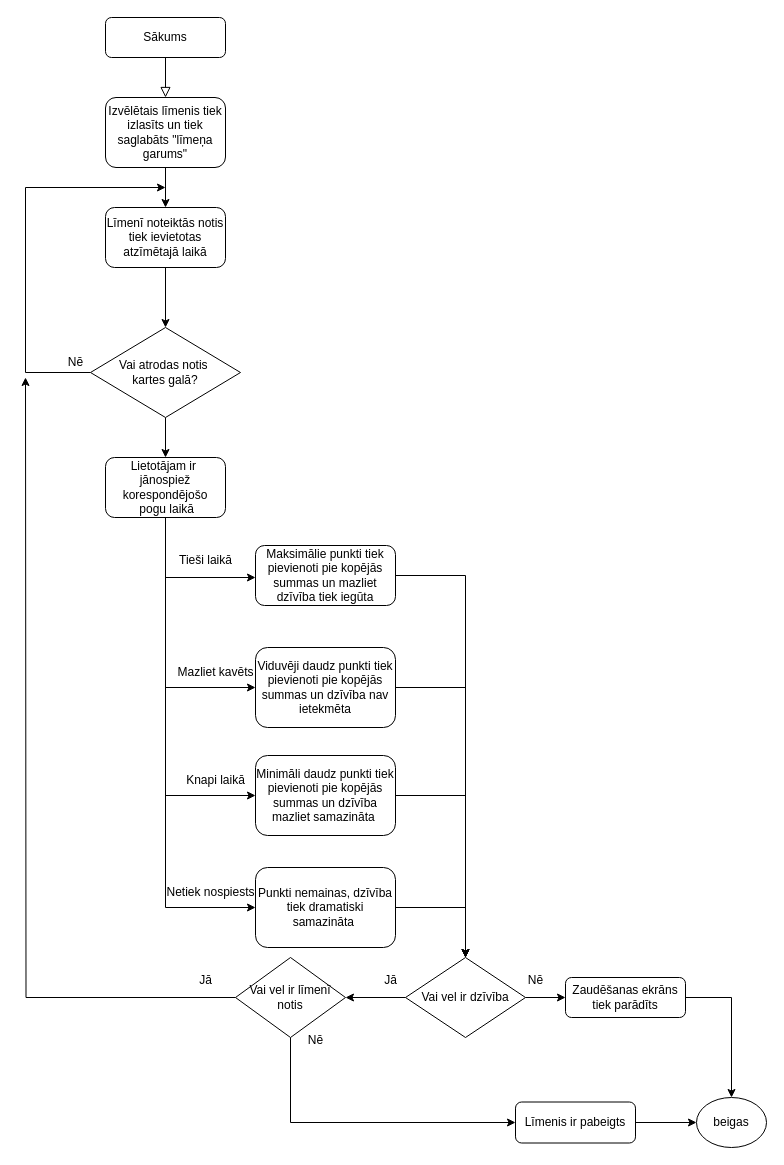
Above: Documentation/Algorythem Diagram.drawio in kaaaaaaaaaaarl/CyberShock (draw.io), before the change. Source tidied: cells renumbered, new cells numbered last; positions are measured from the earlier drawing's top-left corner, leaving out a move shared by most shapes. Both pictures are drawn from the tidied source at 100%, with x=0, y=0 at pixel (25, 17).
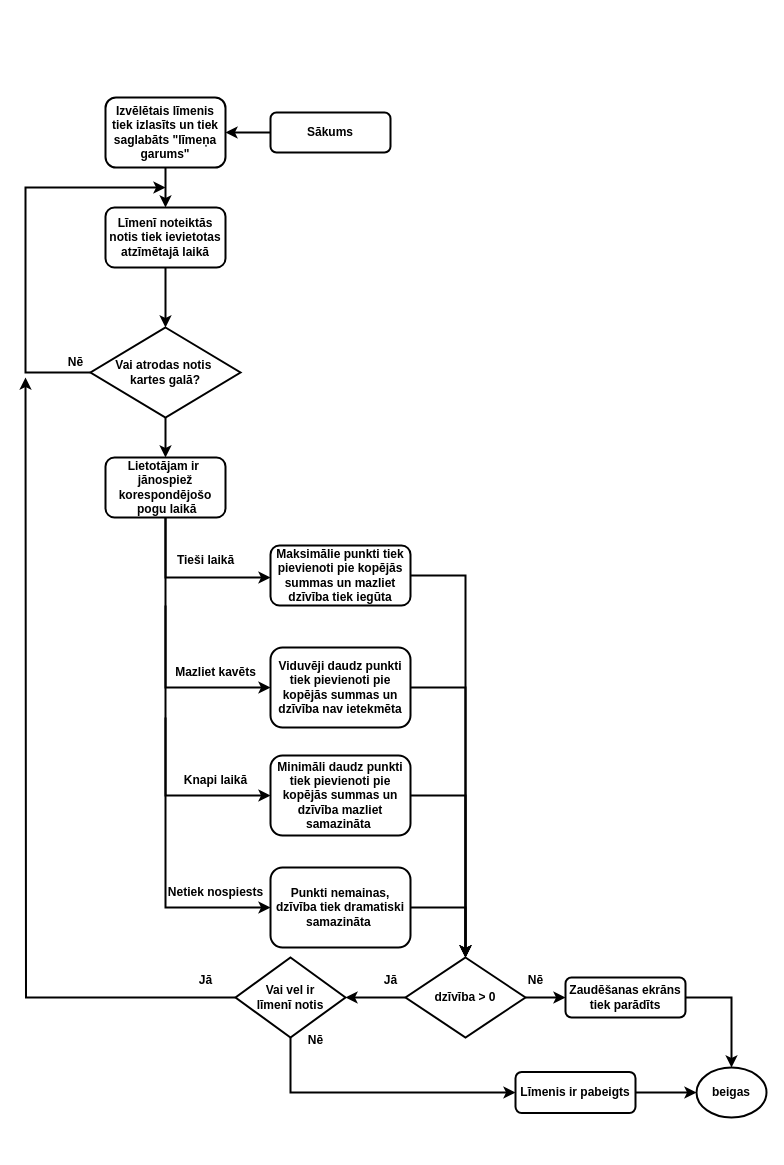
After the change.

Change to the diagram source:
```diff
@@
-    <mxCell id="2" style="rounded=0;html=1;jettySize=auto;fontSize=11;endArrow=block;endFill=0;endSize=8;strokeWidth=1;shadow=0;labelBackgroundColor=none;edgeStyle=orthogonalEdgeStyle;" parent="1" edge="1" source="3" target="5">
+    <mxCell id="2" style="edgeStyle=orthogonalEdgeStyle;rounded=0;jettySize=auto;html=1;exitX=0;exitY=0.5;exitDx=0;exitDy=0;entryX=1;entryY=0.5;entryDx=0;entryDy=0;strokeColor=default;strokeWidth=2;align=center;verticalAlign=middle;fontFamily=Helvetica;fontSize=11;fontColor=default;fontStyle=1;labelBackgroundColor=default;endArrow=classic;" parent="1" edge="1" source="3" target="5">
       <mxGeometry relative="1" as="geometry" />
     </mxCell>
-    <mxCell id="3" value="Sākums" style="rounded=1;whiteSpace=wrap;html=1;fontSize=12;glass=0;strokeWidth=1;shadow=0;" parent="1" vertex="1">
-      <mxGeometry x="80" width="120" height="40" as="geometry" />
+    <mxCell id="3" value="Sākums" style="rounded=1;whiteSpace=wrap;html=1;fontSize=12;glass=0;strokeWidth=2;shadow=0;fontStyle=1;" parent="1" vertex="1">
+      <mxGeometry x="245" y="95" width="120" height="40" as="geometry" />
     </mxCell>
-    <mxCell id="4" style="edgeStyle=orthogonalEdgeStyle;rounded=0;jettySize=auto;html=1;exitX=0.5;exitY=1;exitDx=0;exitDy=0;entryX=0.5;entryY=0;entryDx=0;entryDy=0;" parent="1" edge="1" source="5" target="7">
+    <mxCell id="4" style="edgeStyle=orthogonalEdgeStyle;rounded=0;jettySize=auto;html=1;exitX=0.5;exitY=1;exitDx=0;exitDy=0;entryX=0.5;entryY=0;entryDx=0;entryDy=0;strokeWidth=2;fontStyle=1;" parent="1" edge="1" source="5" target="7">
       <mxGeometry relative="1" as="geometry" />
     </mxCell>
-    <mxCell id="5" value="Izvēlētais līmenis tiek izlasīts un tiek saglabāts &quot;līmeņa garums&quot;" style="rounded=1;whiteSpace=wrap;html=1;" parent="1" vertex="1">
+    <mxCell id="5" value="Izvēlētais līmenis tiek izlasīts un tiek saglabāts &quot;līmeņa garums&quot;" style="rounded=1;whiteSpace=wrap;html=1;strokeWidth=2;fontStyle=1;" parent="1" vertex="1">
       <mxGeometry x="80" y="80" width="120" height="70" as="geometry" />
     </mxCell>
-    <mxCell id="6" style="edgeStyle=orthogonalEdgeStyle;rounded=0;jettySize=auto;html=1;exitX=0.5;exitY=1;exitDx=0;exitDy=0;entryX=0.5;entryY=0;entryDx=0;entryDy=0;" parent="1" edge="1" source="7" target="10">
+    <mxCell id="6" style="edgeStyle=orthogonalEdgeStyle;rounded=0;jettySize=auto;html=1;exitX=0.5;exitY=1;exitDx=0;exitDy=0;entryX=0.5;entryY=0;entryDx=0;entryDy=0;strokeWidth=2;fontStyle=1;" parent="1" edge="1" source="7" target="10">
       <mxGeometry relative="1" as="geometry" />
     </mxCell>
-    <mxCell id="7" value="Līmenī noteiktās notis tiek ievietotas atzīmētajā laikā" style="rounded=1;whiteSpace=wrap;html=1;" parent="1" vertex="1">
+    <mxCell id="7" value="Līmenī noteiktās notis tiek ievietotas atzīmētajā laikā" style="rounded=1;whiteSpace=wrap;html=1;strokeWidth=2;fontStyle=1;" parent="1" vertex="1">
       <mxGeometry x="80" y="190" width="120" height="60" as="geometry" />
     </mxCell>
-    <mxCell id="8" style="edgeStyle=orthogonalEdgeStyle;rounded=0;jettySize=auto;html=1;exitX=0;exitY=0.5;exitDx=0;exitDy=0;" parent="1" edge="1" source="10">
+    <mxCell id="8" style="edgeStyle=orthogonalEdgeStyle;rounded=0;jettySize=auto;html=1;exitX=0;exitY=0.5;exitDx=0;exitDy=0;strokeWidth=2;fontStyle=1;" parent="1" edge="1" source="10">
       <mxGeometry relative="1" as="geometry">
         <mxPoint x="140" y="170" as="targetPoint" />
         <Array as="points">
           <mxPoint y="355" />
           <mxPoint y="170" />
         </Array>
       </mxGeometry>
     </mxCell>
-    <mxCell id="9" style="edgeStyle=orthogonalEdgeStyle;rounded=0;jettySize=auto;html=1;exitX=0.5;exitY=1;exitDx=0;exitDy=0;entryX=0.5;entryY=0;entryDx=0;entryDy=0;" parent="1" edge="1" source="10" target="28">
+    <mxCell id="9" style="edgeStyle=orthogonalEdgeStyle;rounded=0;jettySize=auto;html=1;exitX=0.5;exitY=1;exitDx=0;exitDy=0;entryX=0.5;entryY=0;entryDx=0;entryDy=0;strokeWidth=2;fontStyle=1;" parent="1" edge="1" source="10" target="28">
       <mxGeometry relative="1" as="geometry" />
     </mxCell>
-    <mxCell id="10" value="Vai atrodas notis&amp;nbsp;&lt;div&gt;kartes galā?&lt;/div&gt;" style="rhombus;whiteSpace=wrap;html=1;" parent="1" vertex="1">
+    <mxCell id="10" value="Vai atrodas notis&amp;nbsp;&lt;div&gt;kartes galā?&lt;/div&gt;" style="rhombus;whiteSpace=wrap;html=1;strokeWidth=2;fontStyle=1;" parent="1" vertex="1">
       <mxGeometry x="65" y="310" width="150" height="90" as="geometry" />
     </mxCell>
-    <mxCell id="11" value="Nē" style="text;html=1;align=center;verticalAlign=middle;strokeColor=none;fillColor=none;" parent="1" vertex="1">
+    <mxCell id="11" value="Nē" style="text;html=1;align=center;verticalAlign=middle;strokeColor=none;fillColor=none;strokeWidth=2;fontStyle=1;" parent="1" vertex="1">
       <mxGeometry x="30" y="330" width="40" height="30" as="geometry" />
     </mxCell>
-    <mxCell id="12" style="edgeStyle=orthogonalEdgeStyle;rounded=0;jettySize=auto;html=1;exitX=0.5;exitY=1;exitDx=0;exitDy=0;" parent="1" edge="1" target="14">
+    <mxCell id="12" style="edgeStyle=orthogonalEdgeStyle;rounded=0;jettySize=auto;html=1;exitX=0.5;exitY=1;exitDx=0;exitDy=0;strokeWidth=2;fontStyle=1;" parent="1" edge="1" target="14">
       <mxGeometry relative="1" as="geometry">
         <mxPoint x="140" y="480" as="sourcePoint" />
         <Array as="points">
           <mxPoint x="140" y="560" />
         </Array>
       </mxGeometry>
     </mxCell>
-    <mxCell id="13" style="edgeStyle=orthogonalEdgeStyle;rounded=0;jettySize=auto;html=1;exitX=1;exitY=0.5;exitDx=0;exitDy=0;entryX=0.5;entryY=0;entryDx=0;entryDy=0;" parent="1" edge="1" source="14" target="31">
+    <mxCell id="13" style="edgeStyle=orthogonalEdgeStyle;rounded=0;jettySize=auto;html=1;exitX=1;exitY=0.5;exitDx=0;exitDy=0;entryX=0.5;entryY=0;entryDx=0;entryDy=0;strokeWidth=2;fontStyle=1;" parent="1" edge="1" source="14" target="31">
       <mxGeometry relative="1" as="geometry" />
     </mxCell>
-    <mxCell id="14" value="Maksimālie punkti tiek pievienoti pie kopējās summas un mazliet dzīvība tiek iegūta" style="rounded=1;whiteSpace=wrap;html=1;" parent="1" vertex="1">
-      <mxGeometry x="230" y="528" width="140" height="60" as="geometry" />
+    <mxCell id="14" value="Maksimālie punkti tiek pievienoti pie kopējās summas un mazliet dzīvība tiek iegūta" style="rounded=1;whiteSpace=wrap;html=1;strokeWidth=2;fontStyle=1;" parent="1" vertex="1">
+      <mxGeometry x="245" y="528" width="140" height="60" as="geometry" />
     </mxCell>
-    <mxCell id="15" style="endArrow=classic;html=1;rounded=0;exitX=0.5;exitY=1;exitDx=0;exitDy=0;" parent="1" edge="1" source="28" target="17">
+    <mxCell id="15" style="endArrow=classic;html=1;rounded=0;exitX=0.5;exitY=1;exitDx=0;exitDy=0;strokeWidth=2;fontStyle=1;" parent="1" edge="1" source="28" target="17">
       <mxGeometry relative="1" as="geometry">
         <Array as="points">
           <mxPoint x="140" y="670" />
         </Array>
       </mxGeometry>
     </mxCell>
-    <mxCell id="16" style="edgeStyle=orthogonalEdgeStyle;rounded=0;jettySize=auto;html=1;exitX=1;exitY=0.5;exitDx=0;exitDy=0;entryX=0.5;entryY=0;entryDx=0;entryDy=0;" parent="1" edge="1" source="17" target="31">
+    <mxCell id="16" style="edgeStyle=orthogonalEdgeStyle;rounded=0;jettySize=auto;html=1;exitX=1;exitY=0.5;exitDx=0;exitDy=0;entryX=0.5;entryY=0;entryDx=0;entryDy=0;strokeWidth=2;fontStyle=1;" parent="1" edge="1" source="17" target="31">
       <mxGeometry relative="1" as="geometry" />
     </mxCell>
-    <mxCell id="17" value="Viduvēji daudz punkti tiek pievienoti pie kopējās summas un dzīvība nav ietekmēta" style="rounded=1;whiteSpace=wrap;html=1;" parent="1" vertex="1">
-      <mxGeometry x="230" y="630" width="140" height="80" as="geometry" />
+    <mxCell id="17" value="Viduvēji daudz punkti tiek pievienoti pie kopējās summas un dzīvība nav ietekmēta" style="rounded=1;whiteSpace=wrap;html=1;strokeWidth=2;fontStyle=1;" parent="1" vertex="1">
+      <mxGeometry x="245" y="630" width="140" height="80" as="geometry" />
     </mxCell>
-    <mxCell id="18" value="Tieši laikā" style="text;html=1;align=center;verticalAlign=middle;strokeColor=none;fillColor=none;" parent="1" vertex="1">
+    <mxCell id="18" value="Tieši laikā" style="text;html=1;align=center;verticalAlign=middle;strokeColor=none;fillColor=none;strokeWidth=2;fontStyle=1;" parent="1" vertex="1">
       <mxGeometry x="140" y="528" width="80" height="30" as="geometry" />
     </mxCell>
-    <mxCell id="19" value="Mazliet kavēts" style="text;html=1;align=center;verticalAlign=middle;strokeColor=none;fillColor=none;" parent="1" vertex="1">
+    <mxCell id="19" value="Mazliet kavēts" style="text;html=1;align=center;verticalAlign=middle;strokeColor=none;fillColor=none;strokeWidth=2;fontStyle=1;" parent="1" vertex="1">
       <mxGeometry x="140" y="640" width="100" height="30" as="geometry" />
     </mxCell>
-    <mxCell id="20" style="endArrow=classic;html=1;rounded=0;exitX=0.5;exitY=1;exitDx=0;exitDy=0;" parent="1" edge="1" target="22">
+    <mxCell id="20" style="endArrow=classic;html=1;rounded=0;exitX=0.5;exitY=1;exitDx=0;exitDy=0;strokeWidth=2;fontStyle=1;" parent="1" edge="1" target="22">
       <mxGeometry relative="1" as="geometry">
         <mxPoint x="140" y="588" as="sourcePoint" />
         <Array as="points">
           <mxPoint x="140" y="778" />
         </Array>
       </mxGeometry>
     </mxCell>
-    <mxCell id="21" style="edgeStyle=orthogonalEdgeStyle;rounded=0;jettySize=auto;html=1;exitX=1;exitY=0.5;exitDx=0;exitDy=0;entryX=0.5;entryY=0;entryDx=0;entryDy=0;" parent="1" edge="1" source="22" target="31">
+    <mxCell id="21" style="edgeStyle=orthogonalEdgeStyle;rounded=0;jettySize=auto;html=1;exitX=1;exitY=0.5;exitDx=0;exitDy=0;entryX=0.5;entryY=0;entryDx=0;entryDy=0;strokeWidth=2;fontStyle=1;" parent="1" edge="1" source="22" target="31">
       <mxGeometry relative="1" as="geometry" />
     </mxCell>
-    <mxCell id="22" value="Minimāli daudz punkti tiek pievienoti pie kopējās summas un dzīvība mazliet samazināta&amp;nbsp;" style="rounded=1;whiteSpace=wrap;html=1;" parent="1" vertex="1">
-      <mxGeometry x="230" y="738" width="140" height="80" as="geometry" />
+    <mxCell id="22" value="Minimāli daudz punkti tiek pievienoti pie kopējās summas un dzīvība mazliet samazināta&amp;nbsp;" style="rounded=1;whiteSpace=wrap;html=1;strokeWidth=2;fontStyle=1;" parent="1" vertex="1">
+      <mxGeometry x="245" y="738" width="140" height="80" as="geometry" />
     </mxCell>
-    <mxCell id="23" value="Knapi laikā" style="text;html=1;align=center;verticalAlign=middle;strokeColor=none;fillColor=none;" parent="1" vertex="1">
+    <mxCell id="23" value="Knapi laikā" style="text;html=1;align=center;verticalAlign=middle;strokeColor=none;fillColor=none;strokeWidth=2;fontStyle=1;" parent="1" vertex="1">
       <mxGeometry x="150" y="748" width="80" height="30" as="geometry" />
     </mxCell>
-    <mxCell id="24" style="endArrow=classic;html=1;rounded=0;exitX=0.5;exitY=1;exitDx=0;exitDy=0;" parent="1" edge="1" target="26">
+    <mxCell id="24" style="endArrow=classic;html=1;rounded=0;exitX=0.5;exitY=1;exitDx=0;exitDy=0;strokeWidth=2;fontStyle=1;" parent="1" edge="1" target="26">
       <mxGeometry relative="1" as="geometry">
         <mxPoint x="140" y="700" as="sourcePoint" />
         <Array as="points">
           <mxPoint x="140" y="890" />
         </Array>
       </mxGeometry>
     </mxCell>
-    <mxCell id="25" style="edgeStyle=orthogonalEdgeStyle;rounded=0;jettySize=auto;html=1;exitX=1;exitY=0.5;exitDx=0;exitDy=0;entryX=0.5;entryY=0;entryDx=0;entryDy=0;" parent="1" edge="1" source="26" target="31">
+    <mxCell id="25" style="edgeStyle=orthogonalEdgeStyle;rounded=0;jettySize=auto;html=1;exitX=1;exitY=0.5;exitDx=0;exitDy=0;entryX=0.5;entryY=0;entryDx=0;entryDy=0;strokeWidth=2;fontStyle=1;" parent="1" edge="1" source="26" target="31">
       <mxGeometry relative="1" as="geometry" />
     </mxCell>
-    <mxCell id="26" value="Punkti nemainas, dzīvība tiek dramatiski samazināta&amp;nbsp;" style="rounded=1;whiteSpace=wrap;html=1;" parent="1" vertex="1">
-      <mxGeometry x="230" y="850" width="140" height="80" as="geometry" />
+    <mxCell id="26" value="Punkti nemainas, dzīvība tiek dramatiski samazināta&amp;nbsp;" style="rounded=1;whiteSpace=wrap;html=1;strokeWidth=2;fontStyle=1;" parent="1" vertex="1">
+      <mxGeometry x="245" y="850" width="140" height="80" as="geometry" />
     </mxCell>
-    <mxCell id="27" value="Netiek nospiests" style="text;html=1;align=center;verticalAlign=middle;strokeColor=none;fillColor=none;" parent="1" vertex="1">
-      <mxGeometry x="130" y="860" width="110" height="30" as="geometry" />
+    <mxCell id="27" value="Netiek nospiests" style="text;html=1;align=center;verticalAlign=middle;strokeColor=none;fillColor=none;strokeWidth=2;fontStyle=1;" parent="1" vertex="1">
+      <mxGeometry x="135" y="860" width="110" height="30" as="geometry" />
     </mxCell>
-    <mxCell id="28" value="Lietotājam ir&amp;nbsp;&lt;div&gt;jānospiež korespondējošo&lt;div&gt;&amp;nbsp;pogu laikā&lt;/div&gt;&lt;/div&gt;" style="rounded=1;whiteSpace=wrap;html=1;" parent="1" vertex="1">
+    <mxCell id="28" value="Lietotājam ir&amp;nbsp;&lt;div&gt;jānospiež korespondējošo&lt;div&gt;&amp;nbsp;pogu laikā&lt;/div&gt;&lt;/div&gt;" style="rounded=1;whiteSpace=wrap;html=1;strokeWidth=2;fontStyle=1;" parent="1" vertex="1">
       <mxGeometry x="80" y="440" width="120" height="60" as="geometry" />
     </mxCell>
-    <mxCell id="29" style="edgeStyle=orthogonalEdgeStyle;rounded=0;jettySize=auto;html=1;exitX=1;exitY=0.5;exitDx=0;exitDy=0;entryX=0;entryY=0.5;entryDx=0;entryDy=0;" parent="1" edge="1" source="31" target="35">
+    <mxCell id="29" style="edgeStyle=orthogonalEdgeStyle;rounded=0;jettySize=auto;html=1;exitX=1;exitY=0.5;exitDx=0;exitDy=0;entryX=0;entryY=0.5;entryDx=0;entryDy=0;strokeWidth=2;fontStyle=1;" parent="1" edge="1" source="31" target="35">
       <mxGeometry relative="1" as="geometry" />
     </mxCell>
-    <mxCell id="30" style="edgeStyle=orthogonalEdgeStyle;rounded=0;jettySize=auto;html=1;exitX=0;exitY=0.5;exitDx=0;exitDy=0;" parent="1" edge="1" source="31" target="38">
+    <mxCell id="30" style="edgeStyle=orthogonalEdgeStyle;rounded=0;jettySize=auto;html=1;exitX=0;exitY=0.5;exitDx=0;exitDy=0;strokeWidth=2;fontStyle=1;" parent="1" edge="1" source="31" target="38">
       <mxGeometry relative="1" as="geometry" />
     </mxCell>
-    <mxCell id="31" value="Vai vel ir dzīvība" style="rhombus;whiteSpace=wrap;html=1;" parent="1" vertex="1">
+    <mxCell id="31" value="dzīvība &amp;gt; 0" style="rhombus;whiteSpace=wrap;html=1;strokeWidth=2;fontStyle=1;" parent="1" vertex="1">
       <mxGeometry x="380" y="940" width="120" height="80" as="geometry" />
     </mxCell>
-    <mxCell id="32" value="beigas" style="ellipse;whiteSpace=wrap;html=1;" parent="1" vertex="1">
-      <mxGeometry x="671" y="1080" width="70" height="50" as="geometry" />
+    <mxCell id="32" value="beigas" style="ellipse;whiteSpace=wrap;html=1;strokeWidth=2;fontStyle=1;" parent="1" vertex="1">
+      <mxGeometry x="671" y="1050" width="70" height="50" as="geometry" />
     </mxCell>
-    <mxCell id="33" value="Nē" style="text;html=1;align=center;verticalAlign=middle;strokeColor=none;fillColor=none;" parent="1" vertex="1">
+    <mxCell id="33" value="Nē" style="text;html=1;align=center;verticalAlign=middle;strokeColor=none;fillColor=none;strokeWidth=2;fontStyle=1;" parent="1" vertex="1">
       <mxGeometry x="490" y="948" width="40" height="30" as="geometry" />
     </mxCell>
-    <mxCell id="34" style="edgeStyle=orthogonalEdgeStyle;rounded=0;jettySize=auto;html=1;exitX=1;exitY=0.5;exitDx=0;exitDy=0;entryX=0.5;entryY=0;entryDx=0;entryDy=0;" parent="1" edge="1" source="35" target="32">
+    <mxCell id="34" style="edgeStyle=orthogonalEdgeStyle;rounded=0;jettySize=auto;html=1;exitX=1;exitY=0.5;exitDx=0;exitDy=0;entryX=0.5;entryY=0;entryDx=0;entryDy=0;strokeWidth=2;fontStyle=1;" parent="1" edge="1" source="35" target="32">
       <mxGeometry relative="1" as="geometry" />
     </mxCell>
-    <mxCell id="35" value="Zaudēšanas ekrāns tiek parādīts" style="rounded=1;whiteSpace=wrap;html=1;" parent="1" vertex="1">
+    <mxCell id="35" value="Zaudēšanas ekrāns tiek parādīts" style="rounded=1;whiteSpace=wrap;html=1;strokeWidth=2;fontStyle=1;" parent="1" vertex="1">
       <mxGeometry x="540" y="960" width="120" height="40" as="geometry" />
     </mxCell>
-    <mxCell id="36" style="edgeStyle=orthogonalEdgeStyle;rounded=0;jettySize=auto;html=1;exitX=0;exitY=0.5;exitDx=0;exitDy=0;" parent="1" edge="1" source="38">
+    <mxCell id="36" style="edgeStyle=orthogonalEdgeStyle;rounded=0;jettySize=auto;html=1;exitX=0;exitY=0.5;exitDx=0;exitDy=0;strokeWidth=2;fontStyle=1;" parent="1" edge="1" source="38">
       <mxGeometry relative="1" as="geometry">
         <mxPoint y="360" as="targetPoint" />
       </mxGeometry>
     </mxCell>
-    <mxCell id="37" style="edgeStyle=orthogonalEdgeStyle;rounded=0;jettySize=auto;html=1;exitX=0.5;exitY=1;exitDx=0;exitDy=0;" parent="1" edge="1" source="38" target="41">
+    <mxCell id="37" style="edgeStyle=orthogonalEdgeStyle;rounded=0;jettySize=auto;html=1;exitX=0.5;exitY=1;exitDx=0;exitDy=0;strokeWidth=2;fontStyle=1;entryX=0;entryY=0.5;entryDx=0;entryDy=0;" parent="1" edge="1" source="38" target="41">
       <mxGeometry relative="1" as="geometry">
         <Array as="points">
-          <mxPoint x="265" y="1105" />
+          <mxPoint x="265" y="1075" />
         </Array>
       </mxGeometry>
     </mxCell>
-    <mxCell id="38" value="Vai vel ir līmenī notis" style="rhombus;whiteSpace=wrap;html=1;" parent="1" vertex="1">
+    <mxCell id="38" value="Vai vel ir &lt;br&gt;līmenī notis" style="rhombus;whiteSpace=wrap;html=1;strokeWidth=2;fontStyle=1;" parent="1" vertex="1">
       <mxGeometry x="210" y="940" width="110" height="80" as="geometry" />
     </mxCell>
-    <mxCell id="39" value="Jā" style="text;html=1;align=center;verticalAlign=middle;strokeColor=none;fillColor=none;" parent="1" vertex="1">
+    <mxCell id="39" value="Jā" style="text;html=1;align=center;verticalAlign=middle;strokeColor=none;fillColor=none;strokeWidth=2;fontStyle=1;" parent="1" vertex="1">
       <mxGeometry x="160" y="948" width="40" height="30" as="geometry" />
     </mxCell>
-    <mxCell id="40" style="edgeStyle=orthogonalEdgeStyle;rounded=0;jettySize=auto;html=1;exitX=1;exitY=0.5;exitDx=0;exitDy=0;entryX=0;entryY=0.5;entryDx=0;entryDy=0;" parent="1" edge="1" source="41" target="32">
+    <mxCell id="40" style="edgeStyle=orthogonalEdgeStyle;rounded=0;jettySize=auto;html=1;exitX=1;exitY=0.5;exitDx=0;exitDy=0;entryX=0;entryY=0.5;entryDx=0;entryDy=0;strokeWidth=2;fontStyle=1;" parent="1" edge="1" source="41" target="32">
       <mxGeometry relative="1" as="geometry" />
     </mxCell>
-    <mxCell id="41" value="Līmenis ir pabeigts" style="rounded=1;whiteSpace=wrap;html=1;" parent="1" vertex="1">
-      <mxGeometry x="490" y="1084.5" width="120" height="41" as="geometry" />
+    <mxCell id="41" value="Līmenis ir pabeigts" style="rounded=1;whiteSpace=wrap;html=1;strokeWidth=2;fontStyle=1;" parent="1" vertex="1">
+      <mxGeometry x="490" y="1054.5" width="120" height="41" as="geometry" />
     </mxCell>
-    <mxCell id="42" value="Nē" style="text;html=1;align=center;verticalAlign=middle;strokeColor=none;fillColor=none;" parent="1" vertex="1">
+    <mxCell id="42" value="Nē" style="text;html=1;align=center;verticalAlign=middle;strokeColor=none;fillColor=none;strokeWidth=2;fontStyle=1;" parent="1" vertex="1">
       <mxGeometry x="270" y="1008" width="40" height="30" as="geometry" />
     </mxCell>
-    <mxCell id="43" value="Jā" style="text;html=1;align=center;verticalAlign=middle;strokeColor=none;fillColor=none;" parent="1" vertex="1">
+    <mxCell id="43" value="Jā" style="text;html=1;align=center;verticalAlign=middle;strokeColor=none;fillColor=none;strokeWidth=2;fontStyle=1;" parent="1" vertex="1">
       <mxGeometry x="345" y="948" width="40" height="30" as="geometry" />
     </mxCell>
```
